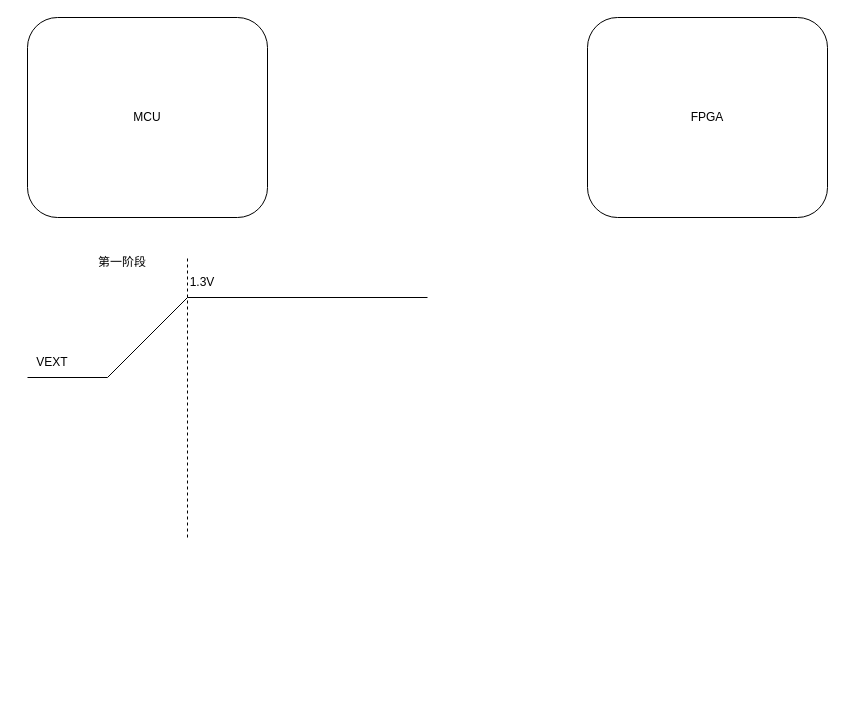
This is 未命名绘图.drawio from shenwangchong/learngit, a draw.io file, before an edit. Source tidied: cells renumbered, new cells numbered last; positions are measured from the earlier drawing's top-left corner, leaving out a move shared by most shapes. Both pictures are drawn from the tidied source at 100%, with x=0, y=0 at pixel (27, 17).
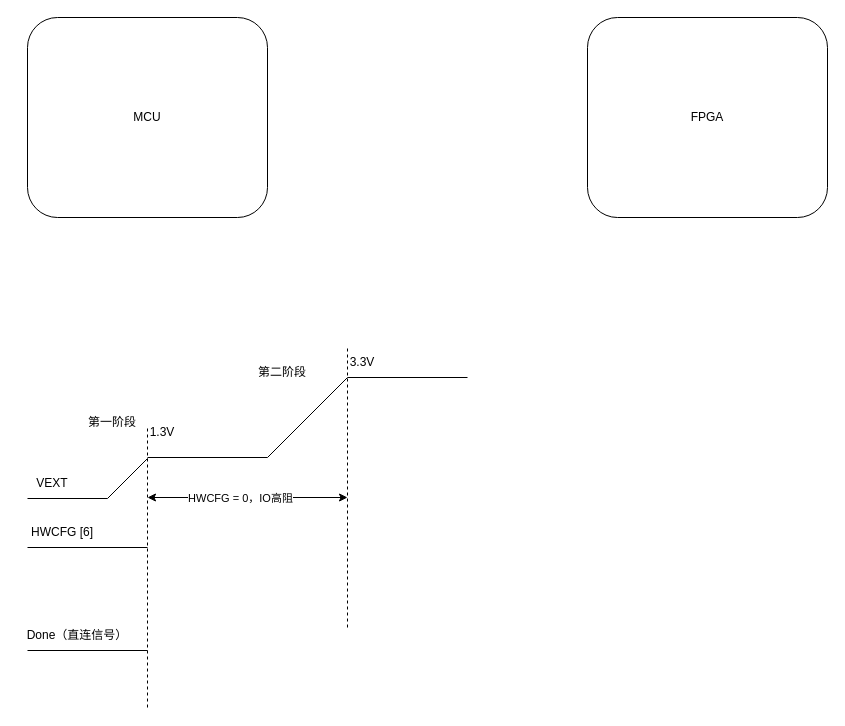
The same diagram, later.

The edit, as a diff of the source:
```diff
@@
     <mxCell id="4" style="endArrow=none;html=1;rounded=0;" parent="1" edge="1">
       <mxGeometry relative="1" as="geometry">
-        <mxPoint y="360" as="sourcePoint" />
-        <mxPoint x="80" y="360" as="targetPoint" />
+        <mxPoint y="481" as="sourcePoint" />
+        <mxPoint x="80" y="481" as="targetPoint" />
       </mxGeometry>
     </mxCell>
     <mxCell id="5" style="endArrow=none;html=1;rounded=0;" parent="1" edge="1">
       <mxGeometry relative="1" as="geometry">
-        <mxPoint x="80" y="360" as="sourcePoint" />
-        <mxPoint x="160" y="280" as="targetPoint" />
+        <mxPoint x="80" y="481" as="sourcePoint" />
+        <mxPoint x="120" y="441" as="targetPoint" />
       </mxGeometry>
     </mxCell>
     <mxCell id="6" style="endArrow=none;html=1;rounded=0;" parent="1" edge="1">
       <mxGeometry relative="1" as="geometry">
-        <mxPoint x="160" y="280" as="sourcePoint" />
-        <mxPoint x="400" y="280" as="targetPoint" />
+        <mxPoint x="120" y="440" as="sourcePoint" />
+        <mxPoint x="240" y="440" as="targetPoint" />
       </mxGeometry>
     </mxCell>
     <mxCell id="7" style="endArrow=none;dashed=1;html=1;rounded=0;" parent="1" edge="1">
       <mxGeometry relative="1" as="geometry">
-        <mxPoint x="160" y="520" as="sourcePoint" />
-        <mxPoint x="160" y="240" as="targetPoint" />
+        <mxPoint x="120" y="690" as="sourcePoint" />
+        <mxPoint x="120" y="410" as="targetPoint" />
       </mxGeometry>
     </mxCell>
     <mxCell id="8" value="1.3V" style="text;html=1;whiteSpace=wrap;strokeColor=none;fillColor=none;align=center;verticalAlign=middle;rounded=0;" parent="1" vertex="1">
-      <mxGeometry x="150" y="250" width="50" height="30" as="geometry" />
+      <mxGeometry x="110" y="400" width="50" height="30" as="geometry" />
     </mxCell>
     <mxCell id="9" value="VEXT" style="text;html=1;whiteSpace=wrap;strokeColor=none;fillColor=none;align=center;verticalAlign=middle;rounded=0;" parent="1" vertex="1">
-      <mxGeometry y="330" width="50" height="30" as="geometry" />
+      <mxGeometry y="451" width="50" height="30" as="geometry" />
     </mxCell>
     <mxCell id="10" value="第一阶段" style="text;html=1;whiteSpace=wrap;strokeColor=none;fillColor=none;align=center;verticalAlign=middle;rounded=0;" parent="1" vertex="1">
-      <mxGeometry x="60" y="230" width="70" height="30" as="geometry" />
+      <mxGeometry x="50" y="390" width="70" height="30" as="geometry" />
     </mxCell>
+    <mxCell id="11" style="endArrow=none;html=1;rounded=0;" parent="1" edge="1">
+      <mxGeometry relative="1" as="geometry">
+        <mxPoint x="240" y="440" as="sourcePoint" />
+        <mxPoint x="320" y="360" as="targetPoint" />
+      </mxGeometry>
+    </mxCell>
+    <mxCell id="12" style="endArrow=none;html=1;rounded=0;" parent="1" edge="1">
+      <mxGeometry relative="1" as="geometry">
+        <mxPoint x="320" y="360" as="sourcePoint" />
+        <mxPoint x="440" y="360" as="targetPoint" />
+      </mxGeometry>
+    </mxCell>
+    <mxCell id="13" value="3.3V" style="text;html=1;whiteSpace=wrap;strokeColor=none;fillColor=none;align=center;verticalAlign=middle;rounded=0;" parent="1" vertex="1">
+      <mxGeometry x="310" y="330" width="50" height="30" as="geometry" />
+    </mxCell>
+    <mxCell id="14" style="endArrow=none;dashed=1;html=1;rounded=0;" parent="1" edge="1">
+      <mxGeometry relative="1" as="geometry">
+        <mxPoint x="320" y="610" as="sourcePoint" />
+        <mxPoint x="320" y="330" as="targetPoint" />
+      </mxGeometry>
+    </mxCell>
+    <mxCell id="15" value="第二阶段" style="text;html=1;whiteSpace=wrap;strokeColor=none;fillColor=none;align=center;verticalAlign=middle;rounded=0;" parent="1" vertex="1">
+      <mxGeometry x="220" y="340" width="70" height="30" as="geometry" />
+    </mxCell>
+    <mxCell id="16" style="endArrow=none;html=1;rounded=0;" parent="1" edge="1">
+      <mxGeometry relative="1" as="geometry">
+        <mxPoint y="633" as="sourcePoint" />
+        <mxPoint x="120" y="633" as="targetPoint" />
+      </mxGeometry>
+    </mxCell>
+    <mxCell id="17" value="Done（直连信号）" style="text;html=1;whiteSpace=wrap;strokeColor=none;fillColor=none;align=center;verticalAlign=middle;rounded=0;" parent="1" vertex="1">
+      <mxGeometry x="-10" y="603" width="120" height="30" as="geometry" />
+    </mxCell>
+    <mxCell id="18" style="endArrow=classic;startArrow=classic;html=1;rounded=0;" parent="1" edge="1">
+      <mxGeometry relative="1" as="geometry">
+        <mxPoint x="120" y="480" as="sourcePoint" />
+        <mxPoint x="320" y="480" as="targetPoint" />
+      </mxGeometry>
+    </mxCell>
+    <mxCell id="19" value="HWCFG = 0，IO高阻" style="edgeLabel;html=1;align=center;verticalAlign=middle;" parent="18" vertex="1">
+      <mxGeometry x="-0.08" relative="1" as="geometry" />
+    </mxCell>
+    <mxCell id="20" style="endArrow=none;html=1;rounded=0;" parent="1" edge="1">
+      <mxGeometry relative="1" as="geometry">
+        <mxPoint y="530" as="sourcePoint" />
+        <mxPoint x="120" y="530" as="targetPoint" />
+      </mxGeometry>
+    </mxCell>
+    <mxCell id="21" value="HWCFG [6]" style="text;html=1;whiteSpace=wrap;strokeColor=none;fillColor=none;align=center;verticalAlign=middle;rounded=0;" parent="1" vertex="1">
+      <mxGeometry x="-10" y="500" width="90" height="30" as="geometry" />
+    </mxCell>
```
